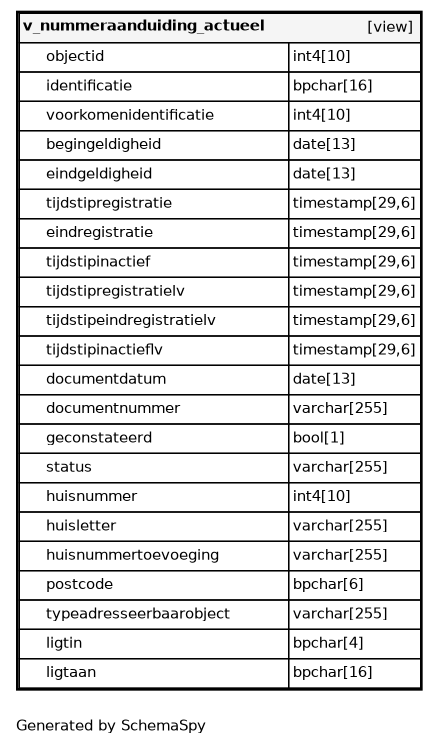
Above: datamodel/schemaspy/bag/diagrams/tables/v_nummeraanduiding_actueel.1degree.png in B3Partners/brmo (Graphviz), before the change. Its source is kept beside it as datamodel/schemaspy/bag/diagrams/tables/v_nummeraanduiding_actueel.1degree.dot.
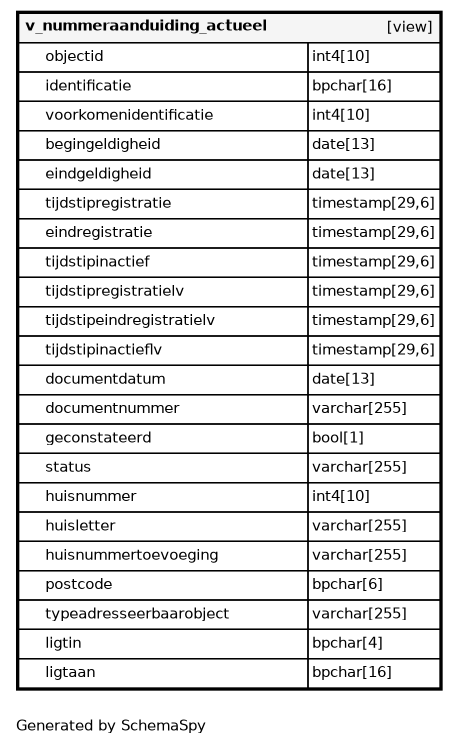
Above is the later version.

What changed in the source:
```diff
@@ -1,31 +1,31 @@
 digraph "oneDegreeRelationshipsDiagram" {
-  graph [    rankdir="RL"    bgcolor="#ffffff"    label="\nGenerated by SchemaSpy"    labeljust="l"    nodesep="0.18"    ranksep="0.46"    fontname="Helvetica"    fontsize="11"    ration="compress"  ];  node [    fontname="Helvetica"    fontsize="11"    shape="plaintext"  ];  edge [    arrowsize="0.8"  ];
+  graph [    rankdir="RL"    bgcolor="#ffffff"    label="\nGenerated by SchemaSpy"    labeljust="l"    nodesep="0.18"    ranksep="0.46"    fontname="Helvetica"    fontsize="11"    packmode="graph"  ];  node [    fontname="Helvetica"    fontsize="11"    shape="plaintext"  ];  edge [    arrowsize="0.8"  ];
   "v_nummeraanduiding_actueel" [
    label=<
     <TABLE BORDER="2" CELLBORDER="1" CELLSPACING="0" BGCOLOR="#ffffff">
-      <TR><TD COLSPAN="4"  BGCOLOR="#f5f5f5"><TABLE BORDER="0" CELLSPACING="0"><TR><TD ALIGN="LEFT" FIXEDSIZE="TRUE" WIDTH="181" HEIGHT="16"><B>v_nummeraanduiding_actueel</B></TD><TD ALIGN="RIGHT">[view]</TD></TR></TABLE></TD></TR>
-      <TR><TD PORT="objectid" COLSPAN="2" ALIGN="LEFT"><TABLE BORDER="0" CELLSPACING="0" ALIGN="LEFT"><TR ALIGN="LEFT"><TD ALIGN="LEFT" FIXEDSIZE="TRUE" WIDTH="15" HEIGHT="16"></TD><TD ALIGN="LEFT" FIXEDSIZE="TRUE" WIDTH="181" HEIGHT="16">objectid</TD></TR></TABLE></TD><TD PORT="objectid.type" ALIGN="LEFT">int4[10]</TD></TR>
-      <TR><TD PORT="identificatie" COLSPAN="2" ALIGN="LEFT"><TABLE BORDER="0" CELLSPACING="0" ALIGN="LEFT"><TR ALIGN="LEFT"><TD ALIGN="LEFT" FIXEDSIZE="TRUE" WIDTH="15" HEIGHT="16"></TD><TD ALIGN="LEFT" FIXEDSIZE="TRUE" WIDTH="181" HEIGHT="16">identificatie</TD></TR></TABLE></TD><TD PORT="identificatie.type" ALIGN="LEFT">bpchar[16]</TD></TR>
-      <TR><TD PORT="voorkomenidentificatie" COLSPAN="2" ALIGN="LEFT"><TABLE BORDER="0" CELLSPACING="0" ALIGN="LEFT"><TR ALIGN="LEFT"><TD ALIGN="LEFT" FIXEDSIZE="TRUE" WIDTH="15" HEIGHT="16"></TD><TD ALIGN="LEFT" FIXEDSIZE="TRUE" WIDTH="181" HEIGHT="16">voorkomenidentificatie</TD></TR></TABLE></TD><TD PORT="voorkomenidentificatie.type" ALIGN="LEFT">int4[10]</TD></TR>
-      <TR><TD PORT="begingeldigheid" COLSPAN="2" ALIGN="LEFT"><TABLE BORDER="0" CELLSPACING="0" ALIGN="LEFT"><TR ALIGN="LEFT"><TD ALIGN="LEFT" FIXEDSIZE="TRUE" WIDTH="15" HEIGHT="16"></TD><TD ALIGN="LEFT" FIXEDSIZE="TRUE" WIDTH="181" HEIGHT="16">begingeldigheid</TD></TR></TABLE></TD><TD PORT="begingeldigheid.type" ALIGN="LEFT">date[13]</TD></TR>
-      <TR><TD PORT="eindgeldigheid" COLSPAN="2" ALIGN="LEFT"><TABLE BORDER="0" CELLSPACING="0" ALIGN="LEFT"><TR ALIGN="LEFT"><TD ALIGN="LEFT" FIXEDSIZE="TRUE" WIDTH="15" HEIGHT="16"></TD><TD ALIGN="LEFT" FIXEDSIZE="TRUE" WIDTH="181" HEIGHT="16">eindgeldigheid</TD></TR></TABLE></TD><TD PORT="eindgeldigheid.type" ALIGN="LEFT">date[13]</TD></TR>
-      <TR><TD PORT="tijdstipregistratie" COLSPAN="2" ALIGN="LEFT"><TABLE BORDER="0" CELLSPACING="0" ALIGN="LEFT"><TR ALIGN="LEFT"><TD ALIGN="LEFT" FIXEDSIZE="TRUE" WIDTH="15" HEIGHT="16"></TD><TD ALIGN="LEFT" FIXEDSIZE="TRUE" WIDTH="181" HEIGHT="16">tijdstipregistratie</TD></TR></TABLE></TD><TD PORT="tijdstipregistratie.type" ALIGN="LEFT">timestamp[29,6]</TD></TR>
-      <TR><TD PORT="eindregistratie" COLSPAN="2" ALIGN="LEFT"><TABLE BORDER="0" CELLSPACING="0" ALIGN="LEFT"><TR ALIGN="LEFT"><TD ALIGN="LEFT" FIXEDSIZE="TRUE" WIDTH="15" HEIGHT="16"></TD><TD ALIGN="LEFT" FIXEDSIZE="TRUE" WIDTH="181" HEIGHT="16">eindregistratie</TD></TR></TABLE></TD><TD PORT="eindregistratie.type" ALIGN="LEFT">timestamp[29,6]</TD></TR>
-      <TR><TD PORT="tijdstipinactief" COLSPAN="2" ALIGN="LEFT"><TABLE BORDER="0" CELLSPACING="0" ALIGN="LEFT"><TR ALIGN="LEFT"><TD ALIGN="LEFT" FIXEDSIZE="TRUE" WIDTH="15" HEIGHT="16"></TD><TD ALIGN="LEFT" FIXEDSIZE="TRUE" WIDTH="181" HEIGHT="16">tijdstipinactief</TD></TR></TABLE></TD><TD PORT="tijdstipinactief.type" ALIGN="LEFT">timestamp[29,6]</TD></TR>
-      <TR><TD PORT="tijdstipregistratielv" COLSPAN="2" ALIGN="LEFT"><TABLE BORDER="0" CELLSPACING="0" ALIGN="LEFT"><TR ALIGN="LEFT"><TD ALIGN="LEFT" FIXEDSIZE="TRUE" WIDTH="15" HEIGHT="16"></TD><TD ALIGN="LEFT" FIXEDSIZE="TRUE" WIDTH="181" HEIGHT="16">tijdstipregistratielv</TD></TR></TABLE></TD><TD PORT="tijdstipregistratielv.type" ALIGN="LEFT">timestamp[29,6]</TD></TR>
-      <TR><TD PORT="tijdstipeindregistratielv" COLSPAN="2" ALIGN="LEFT"><TABLE BORDER="0" CELLSPACING="0" ALIGN="LEFT"><TR ALIGN="LEFT"><TD ALIGN="LEFT" FIXEDSIZE="TRUE" WIDTH="15" HEIGHT="16"></TD><TD ALIGN="LEFT" FIXEDSIZE="TRUE" WIDTH="181" HEIGHT="16">tijdstipeindregistratielv</TD></TR></TABLE></TD><TD PORT="tijdstipeindregistratielv.type" ALIGN="LEFT">timestamp[29,6]</TD></TR>
-      <TR><TD PORT="tijdstipinactieflv" COLSPAN="2" ALIGN="LEFT"><TABLE BORDER="0" CELLSPACING="0" ALIGN="LEFT"><TR ALIGN="LEFT"><TD ALIGN="LEFT" FIXEDSIZE="TRUE" WIDTH="15" HEIGHT="16"></TD><TD ALIGN="LEFT" FIXEDSIZE="TRUE" WIDTH="181" HEIGHT="16">tijdstipinactieflv</TD></TR></TABLE></TD><TD PORT="tijdstipinactieflv.type" ALIGN="LEFT">timestamp[29,6]</TD></TR>
-      <TR><TD PORT="documentdatum" COLSPAN="2" ALIGN="LEFT"><TABLE BORDER="0" CELLSPACING="0" ALIGN="LEFT"><TR ALIGN="LEFT"><TD ALIGN="LEFT" FIXEDSIZE="TRUE" WIDTH="15" HEIGHT="16"></TD><TD ALIGN="LEFT" FIXEDSIZE="TRUE" WIDTH="181" HEIGHT="16">documentdatum</TD></TR></TABLE></TD><TD PORT="documentdatum.type" ALIGN="LEFT">date[13]</TD></TR>
-      <TR><TD PORT="documentnummer" COLSPAN="2" ALIGN="LEFT"><TABLE BORDER="0" CELLSPACING="0" ALIGN="LEFT"><TR ALIGN="LEFT"><TD ALIGN="LEFT" FIXEDSIZE="TRUE" WIDTH="15" HEIGHT="16"></TD><TD ALIGN="LEFT" FIXEDSIZE="TRUE" WIDTH="181" HEIGHT="16">documentnummer</TD></TR></TABLE></TD><TD PORT="documentnummer.type" ALIGN="LEFT">varchar[255]</TD></TR>
-      <TR><TD PORT="geconstateerd" COLSPAN="2" ALIGN="LEFT"><TABLE BORDER="0" CELLSPACING="0" ALIGN="LEFT"><TR ALIGN="LEFT"><TD ALIGN="LEFT" FIXEDSIZE="TRUE" WIDTH="15" HEIGHT="16"></TD><TD ALIGN="LEFT" FIXEDSIZE="TRUE" WIDTH="181" HEIGHT="16">geconstateerd</TD></TR></TABLE></TD><TD PORT="geconstateerd.type" ALIGN="LEFT">bool[1]</TD></TR>
-      <TR><TD PORT="status" COLSPAN="2" ALIGN="LEFT"><TABLE BORDER="0" CELLSPACING="0" ALIGN="LEFT"><TR ALIGN="LEFT"><TD ALIGN="LEFT" FIXEDSIZE="TRUE" WIDTH="15" HEIGHT="16"></TD><TD ALIGN="LEFT" FIXEDSIZE="TRUE" WIDTH="181" HEIGHT="16">status</TD></TR></TABLE></TD><TD PORT="status.type" ALIGN="LEFT">varchar[255]</TD></TR>
-      <TR><TD PORT="huisnummer" COLSPAN="2" ALIGN="LEFT"><TABLE BORDER="0" CELLSPACING="0" ALIGN="LEFT"><TR ALIGN="LEFT"><TD ALIGN="LEFT" FIXEDSIZE="TRUE" WIDTH="15" HEIGHT="16"></TD><TD ALIGN="LEFT" FIXEDSIZE="TRUE" WIDTH="181" HEIGHT="16">huisnummer</TD></TR></TABLE></TD><TD PORT="huisnummer.type" ALIGN="LEFT">int4[10]</TD></TR>
-      <TR><TD PORT="huisletter" COLSPAN="2" ALIGN="LEFT"><TABLE BORDER="0" CELLSPACING="0" ALIGN="LEFT"><TR ALIGN="LEFT"><TD ALIGN="LEFT" FIXEDSIZE="TRUE" WIDTH="15" HEIGHT="16"></TD><TD ALIGN="LEFT" FIXEDSIZE="TRUE" WIDTH="181" HEIGHT="16">huisletter</TD></TR></TABLE></TD><TD PORT="huisletter.type" ALIGN="LEFT">varchar[255]</TD></TR>
-      <TR><TD PORT="huisnummertoevoeging" COLSPAN="2" ALIGN="LEFT"><TABLE BORDER="0" CELLSPACING="0" ALIGN="LEFT"><TR ALIGN="LEFT"><TD ALIGN="LEFT" FIXEDSIZE="TRUE" WIDTH="15" HEIGHT="16"></TD><TD ALIGN="LEFT" FIXEDSIZE="TRUE" WIDTH="181" HEIGHT="16">huisnummertoevoeging</TD></TR></TABLE></TD><TD PORT="huisnummertoevoeging.type" ALIGN="LEFT">varchar[255]</TD></TR>
-      <TR><TD PORT="postcode" COLSPAN="2" ALIGN="LEFT"><TABLE BORDER="0" CELLSPACING="0" ALIGN="LEFT"><TR ALIGN="LEFT"><TD ALIGN="LEFT" FIXEDSIZE="TRUE" WIDTH="15" HEIGHT="16"></TD><TD ALIGN="LEFT" FIXEDSIZE="TRUE" WIDTH="181" HEIGHT="16">postcode</TD></TR></TABLE></TD><TD PORT="postcode.type" ALIGN="LEFT">bpchar[6]</TD></TR>
-      <TR><TD PORT="typeadresseerbaarobject" COLSPAN="2" ALIGN="LEFT"><TABLE BORDER="0" CELLSPACING="0" ALIGN="LEFT"><TR ALIGN="LEFT"><TD ALIGN="LEFT" FIXEDSIZE="TRUE" WIDTH="15" HEIGHT="16"></TD><TD ALIGN="LEFT" FIXEDSIZE="TRUE" WIDTH="181" HEIGHT="16">typeadresseerbaarobject</TD></TR></TABLE></TD><TD PORT="typeadresseerbaarobject.type" ALIGN="LEFT">varchar[255]</TD></TR>
-      <TR><TD PORT="ligtin" COLSPAN="2" ALIGN="LEFT"><TABLE BORDER="0" CELLSPACING="0" ALIGN="LEFT"><TR ALIGN="LEFT"><TD ALIGN="LEFT" FIXEDSIZE="TRUE" WIDTH="15" HEIGHT="16"></TD><TD ALIGN="LEFT" FIXEDSIZE="TRUE" WIDTH="181" HEIGHT="16">ligtin</TD></TR></TABLE></TD><TD PORT="ligtin.type" ALIGN="LEFT">bpchar[4]</TD></TR>
-      <TR><TD PORT="ligtaan" COLSPAN="2" ALIGN="LEFT"><TABLE BORDER="0" CELLSPACING="0" ALIGN="LEFT"><TR ALIGN="LEFT"><TD ALIGN="LEFT" FIXEDSIZE="TRUE" WIDTH="15" HEIGHT="16"></TD><TD ALIGN="LEFT" FIXEDSIZE="TRUE" WIDTH="181" HEIGHT="16">ligtaan</TD></TR></TABLE></TD><TD PORT="ligtaan.type" ALIGN="LEFT">bpchar[16]</TD></TR>
+      <TR><TD COLSPAN="4"  BGCOLOR="#f5f5f5"><TABLE BORDER="0" CELLSPACING="0"><TR><TD ALIGN="LEFT" FIXEDSIZE="TRUE" WIDTH="196" HEIGHT="16"><B>v_nummeraanduiding_actueel</B></TD><TD ALIGN="RIGHT">[view]</TD></TR></TABLE></TD></TR>
+      <TR><TD PORT="objectid" COLSPAN="2" ALIGN="LEFT"><TABLE BORDER="0" CELLSPACING="0" ALIGN="LEFT"><TR ALIGN="LEFT"><TD ALIGN="LEFT" FIXEDSIZE="TRUE" WIDTH="15" HEIGHT="16"></TD><TD ALIGN="LEFT" FIXEDSIZE="TRUE" WIDTH="196" HEIGHT="16">objectid</TD></TR></TABLE></TD><TD PORT="objectid.type" ALIGN="LEFT">int4[10]</TD></TR>
+      <TR><TD PORT="identificatie" COLSPAN="2" ALIGN="LEFT"><TABLE BORDER="0" CELLSPACING="0" ALIGN="LEFT"><TR ALIGN="LEFT"><TD ALIGN="LEFT" FIXEDSIZE="TRUE" WIDTH="15" HEIGHT="16"></TD><TD ALIGN="LEFT" FIXEDSIZE="TRUE" WIDTH="196" HEIGHT="16">identificatie</TD></TR></TABLE></TD><TD PORT="identificatie.type" ALIGN="LEFT">bpchar[16]</TD></TR>
+      <TR><TD PORT="voorkomenidentificatie" COLSPAN="2" ALIGN="LEFT"><TABLE BORDER="0" CELLSPACING="0" ALIGN="LEFT"><TR ALIGN="LEFT"><TD ALIGN="LEFT" FIXEDSIZE="TRUE" WIDTH="15" HEIGHT="16"></TD><TD ALIGN="LEFT" FIXEDSIZE="TRUE" WIDTH="196" HEIGHT="16">voorkomenidentificatie</TD></TR></TABLE></TD><TD PORT="voorkomenidentificatie.type" ALIGN="LEFT">int4[10]</TD></TR>
+      <TR><TD PORT="begingeldigheid" COLSPAN="2" ALIGN="LEFT"><TABLE BORDER="0" CELLSPACING="0" ALIGN="LEFT"><TR ALIGN="LEFT"><TD ALIGN="LEFT" FIXEDSIZE="TRUE" WIDTH="15" HEIGHT="16"></TD><TD ALIGN="LEFT" FIXEDSIZE="TRUE" WIDTH="196" HEIGHT="16">begingeldigheid</TD></TR></TABLE></TD><TD PORT="begingeldigheid.type" ALIGN="LEFT">date[13]</TD></TR>
+      <TR><TD PORT="eindgeldigheid" COLSPAN="2" ALIGN="LEFT"><TABLE BORDER="0" CELLSPACING="0" ALIGN="LEFT"><TR ALIGN="LEFT"><TD ALIGN="LEFT" FIXEDSIZE="TRUE" WIDTH="15" HEIGHT="16"></TD><TD ALIGN="LEFT" FIXEDSIZE="TRUE" WIDTH="196" HEIGHT="16">eindgeldigheid</TD></TR></TABLE></TD><TD PORT="eindgeldigheid.type" ALIGN="LEFT">date[13]</TD></TR>
+      <TR><TD PORT="tijdstipregistratie" COLSPAN="2" ALIGN="LEFT"><TABLE BORDER="0" CELLSPACING="0" ALIGN="LEFT"><TR ALIGN="LEFT"><TD ALIGN="LEFT" FIXEDSIZE="TRUE" WIDTH="15" HEIGHT="16"></TD><TD ALIGN="LEFT" FIXEDSIZE="TRUE" WIDTH="196" HEIGHT="16">tijdstipregistratie</TD></TR></TABLE></TD><TD PORT="tijdstipregistratie.type" ALIGN="LEFT">timestamp[29,6]</TD></TR>
+      <TR><TD PORT="eindregistratie" COLSPAN="2" ALIGN="LEFT"><TABLE BORDER="0" CELLSPACING="0" ALIGN="LEFT"><TR ALIGN="LEFT"><TD ALIGN="LEFT" FIXEDSIZE="TRUE" WIDTH="15" HEIGHT="16"></TD><TD ALIGN="LEFT" FIXEDSIZE="TRUE" WIDTH="196" HEIGHT="16">eindregistratie</TD></TR></TABLE></TD><TD PORT="eindregistratie.type" ALIGN="LEFT">timestamp[29,6]</TD></TR>
+      <TR><TD PORT="tijdstipinactief" COLSPAN="2" ALIGN="LEFT"><TABLE BORDER="0" CELLSPACING="0" ALIGN="LEFT"><TR ALIGN="LEFT"><TD ALIGN="LEFT" FIXEDSIZE="TRUE" WIDTH="15" HEIGHT="16"></TD><TD ALIGN="LEFT" FIXEDSIZE="TRUE" WIDTH="196" HEIGHT="16">tijdstipinactief</TD></TR></TABLE></TD><TD PORT="tijdstipinactief.type" ALIGN="LEFT">timestamp[29,6]</TD></TR>
+      <TR><TD PORT="tijdstipregistratielv" COLSPAN="2" ALIGN="LEFT"><TABLE BORDER="0" CELLSPACING="0" ALIGN="LEFT"><TR ALIGN="LEFT"><TD ALIGN="LEFT" FIXEDSIZE="TRUE" WIDTH="15" HEIGHT="16"></TD><TD ALIGN="LEFT" FIXEDSIZE="TRUE" WIDTH="196" HEIGHT="16">tijdstipregistratielv</TD></TR></TABLE></TD><TD PORT="tijdstipregistratielv.type" ALIGN="LEFT">timestamp[29,6]</TD></TR>
+      <TR><TD PORT="tijdstipeindregistratielv" COLSPAN="2" ALIGN="LEFT"><TABLE BORDER="0" CELLSPACING="0" ALIGN="LEFT"><TR ALIGN="LEFT"><TD ALIGN="LEFT" FIXEDSIZE="TRUE" WIDTH="15" HEIGHT="16"></TD><TD ALIGN="LEFT" FIXEDSIZE="TRUE" WIDTH="196" HEIGHT="16">tijdstipeindregistratielv</TD></TR></TABLE></TD><TD PORT="tijdstipeindregistratielv.type" ALIGN="LEFT">timestamp[29,6]</TD></TR>
+      <TR><TD PORT="tijdstipinactieflv" COLSPAN="2" ALIGN="LEFT"><TABLE BORDER="0" CELLSPACING="0" ALIGN="LEFT"><TR ALIGN="LEFT"><TD ALIGN="LEFT" FIXEDSIZE="TRUE" WIDTH="15" HEIGHT="16"></TD><TD ALIGN="LEFT" FIXEDSIZE="TRUE" WIDTH="196" HEIGHT="16">tijdstipinactieflv</TD></TR></TABLE></TD><TD PORT="tijdstipinactieflv.type" ALIGN="LEFT">timestamp[29,6]</TD></TR>
+      <TR><TD PORT="documentdatum" COLSPAN="2" ALIGN="LEFT"><TABLE BORDER="0" CELLSPACING="0" ALIGN="LEFT"><TR ALIGN="LEFT"><TD ALIGN="LEFT" FIXEDSIZE="TRUE" WIDTH="15" HEIGHT="16"></TD><TD ALIGN="LEFT" FIXEDSIZE="TRUE" WIDTH="196" HEIGHT="16">documentdatum</TD></TR></TABLE></TD><TD PORT="documentdatum.type" ALIGN="LEFT">date[13]</TD></TR>
+      <TR><TD PORT="documentnummer" COLSPAN="2" ALIGN="LEFT"><TABLE BORDER="0" CELLSPACING="0" ALIGN="LEFT"><TR ALIGN="LEFT"><TD ALIGN="LEFT" FIXEDSIZE="TRUE" WIDTH="15" HEIGHT="16"></TD><TD ALIGN="LEFT" FIXEDSIZE="TRUE" WIDTH="196" HEIGHT="16">documentnummer</TD></TR></TABLE></TD><TD PORT="documentnummer.type" ALIGN="LEFT">varchar[255]</TD></TR>
+      <TR><TD PORT="geconstateerd" COLSPAN="2" ALIGN="LEFT"><TABLE BORDER="0" CELLSPACING="0" ALIGN="LEFT"><TR ALIGN="LEFT"><TD ALIGN="LEFT" FIXEDSIZE="TRUE" WIDTH="15" HEIGHT="16"></TD><TD ALIGN="LEFT" FIXEDSIZE="TRUE" WIDTH="196" HEIGHT="16">geconstateerd</TD></TR></TABLE></TD><TD PORT="geconstateerd.type" ALIGN="LEFT">bool[1]</TD></TR>
+      <TR><TD PORT="status" COLSPAN="2" ALIGN="LEFT"><TABLE BORDER="0" CELLSPACING="0" ALIGN="LEFT"><TR ALIGN="LEFT"><TD ALIGN="LEFT" FIXEDSIZE="TRUE" WIDTH="15" HEIGHT="16"></TD><TD ALIGN="LEFT" FIXEDSIZE="TRUE" WIDTH="196" HEIGHT="16">status</TD></TR></TABLE></TD><TD PORT="status.type" ALIGN="LEFT">varchar[255]</TD></TR>
+      <TR><TD PORT="huisnummer" COLSPAN="2" ALIGN="LEFT"><TABLE BORDER="0" CELLSPACING="0" ALIGN="LEFT"><TR ALIGN="LEFT"><TD ALIGN="LEFT" FIXEDSIZE="TRUE" WIDTH="15" HEIGHT="16"></TD><TD ALIGN="LEFT" FIXEDSIZE="TRUE" WIDTH="196" HEIGHT="16">huisnummer</TD></TR></TABLE></TD><TD PORT="huisnummer.type" ALIGN="LEFT">int4[10]</TD></TR>
+      <TR><TD PORT="huisletter" COLSPAN="2" ALIGN="LEFT"><TABLE BORDER="0" CELLSPACING="0" ALIGN="LEFT"><TR ALIGN="LEFT"><TD ALIGN="LEFT" FIXEDSIZE="TRUE" WIDTH="15" HEIGHT="16"></TD><TD ALIGN="LEFT" FIXEDSIZE="TRUE" WIDTH="196" HEIGHT="16">huisletter</TD></TR></TABLE></TD><TD PORT="huisletter.type" ALIGN="LEFT">varchar[255]</TD></TR>
+      <TR><TD PORT="huisnummertoevoeging" COLSPAN="2" ALIGN="LEFT"><TABLE BORDER="0" CELLSPACING="0" ALIGN="LEFT"><TR ALIGN="LEFT"><TD ALIGN="LEFT" FIXEDSIZE="TRUE" WIDTH="15" HEIGHT="16"></TD><TD ALIGN="LEFT" FIXEDSIZE="TRUE" WIDTH="196" HEIGHT="16">huisnummertoevoeging</TD></TR></TABLE></TD><TD PORT="huisnummertoevoeging.type" ALIGN="LEFT">varchar[255]</TD></TR>
+      <TR><TD PORT="postcode" COLSPAN="2" ALIGN="LEFT"><TABLE BORDER="0" CELLSPACING="0" ALIGN="LEFT"><TR ALIGN="LEFT"><TD ALIGN="LEFT" FIXEDSIZE="TRUE" WIDTH="15" HEIGHT="16"></TD><TD ALIGN="LEFT" FIXEDSIZE="TRUE" WIDTH="196" HEIGHT="16">postcode</TD></TR></TABLE></TD><TD PORT="postcode.type" ALIGN="LEFT">bpchar[6]</TD></TR>
+      <TR><TD PORT="typeadresseerbaarobject" COLSPAN="2" ALIGN="LEFT"><TABLE BORDER="0" CELLSPACING="0" ALIGN="LEFT"><TR ALIGN="LEFT"><TD ALIGN="LEFT" FIXEDSIZE="TRUE" WIDTH="15" HEIGHT="16"></TD><TD ALIGN="LEFT" FIXEDSIZE="TRUE" WIDTH="196" HEIGHT="16">typeadresseerbaarobject</TD></TR></TABLE></TD><TD PORT="typeadresseerbaarobject.type" ALIGN="LEFT">varchar[255]</TD></TR>
+      <TR><TD PORT="ligtin" COLSPAN="2" ALIGN="LEFT"><TABLE BORDER="0" CELLSPACING="0" ALIGN="LEFT"><TR ALIGN="LEFT"><TD ALIGN="LEFT" FIXEDSIZE="TRUE" WIDTH="15" HEIGHT="16"></TD><TD ALIGN="LEFT" FIXEDSIZE="TRUE" WIDTH="196" HEIGHT="16">ligtin</TD></TR></TABLE></TD><TD PORT="ligtin.type" ALIGN="LEFT">bpchar[4]</TD></TR>
+      <TR><TD PORT="ligtaan" COLSPAN="2" ALIGN="LEFT"><TABLE BORDER="0" CELLSPACING="0" ALIGN="LEFT"><TR ALIGN="LEFT"><TD ALIGN="LEFT" FIXEDSIZE="TRUE" WIDTH="15" HEIGHT="16"></TD><TD ALIGN="LEFT" FIXEDSIZE="TRUE" WIDTH="196" HEIGHT="16">ligtaan</TD></TR></TABLE></TD><TD PORT="ligtaan.type" ALIGN="LEFT">bpchar[16]</TD></TR>
     </TABLE>>
     URL="v_nummeraanduiding_actueel.html"
     target="_top"
```
